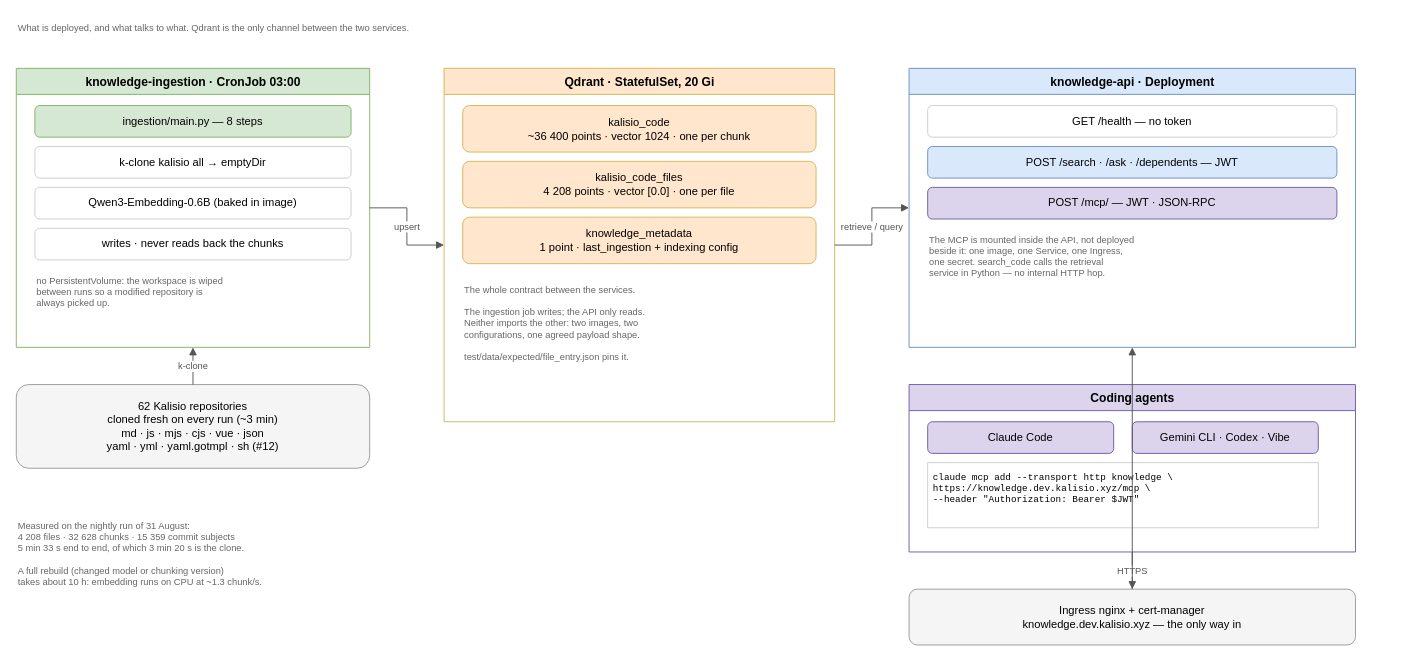
Above: page "built · overview" (9 of 14) of docs/public/architecture.drawio in kalisio/knowledge (draw.io), before the change. Source tidied: cells renumbered, new cells numbered last; positions are measured from the earlier drawing's top-left corner, leaving out a move shared by most shapes. Both pictures are drawn from the tidied source at 93%, with x=0, y=0 at pixel (16, 16).
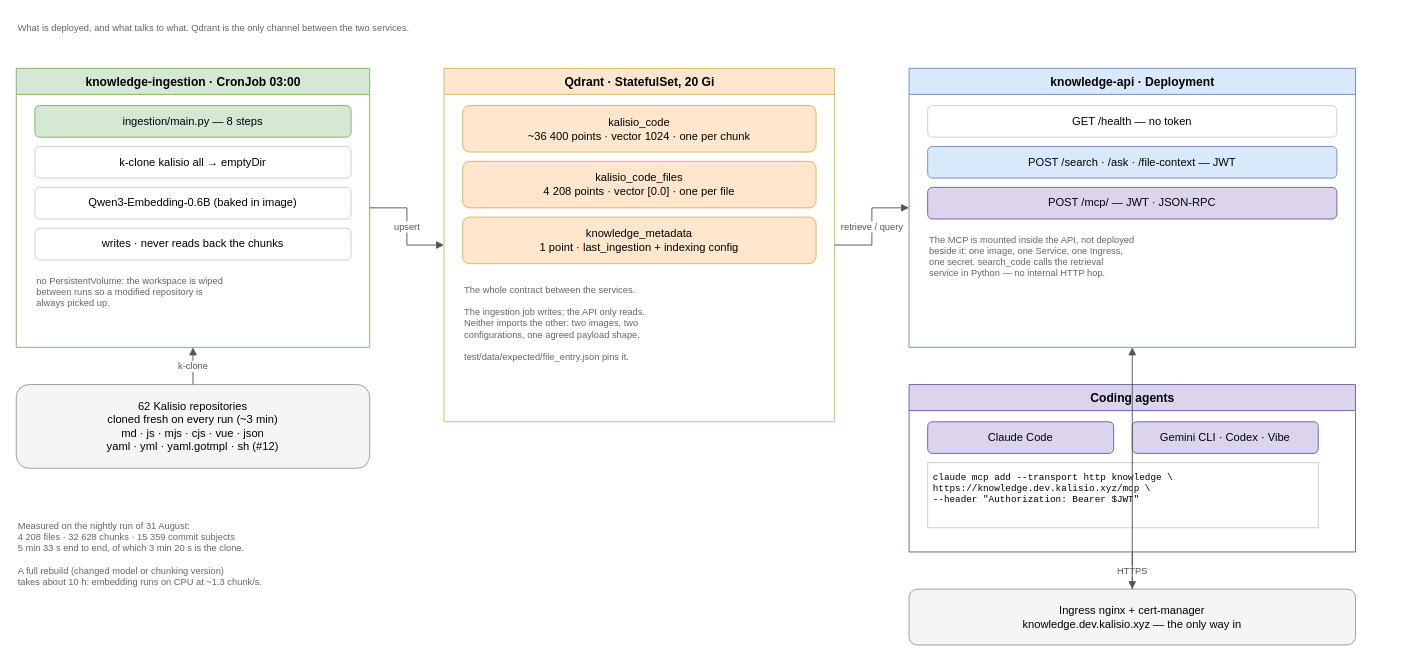
The same diagram, later.

Commit message (it also covers changes not shown here):
docs: rename get_dependents to get_file_context in the diagrams #10

Unchanged cells that the change refers to:
```xml
<mxCell id="14" value="knowledge-api  ·  Deployment" style="swimlane;startSize=28;fontStyle=1;fontSize=13;html=1;fillColor=#dae8fc;strokeColor=#6c8ebf;" parent="1" vertex="1">
  <mxGeometry x="960" y="56" width="480" height="300" as="geometry" />
</mxCell>
```

Change to the diagram source:
```diff
@@
-    <mxCell id="16" value="POST /search · /ask · /dependents   —   JWT" style="rounded=1;whiteSpace=wrap;html=1;fillColor=#dae8fc;strokeColor=#6c8ebf;" parent="14" vertex="1">
+    <mxCell id="16" value="POST /search · /ask · /file-context   —   JWT" style="rounded=1;whiteSpace=wrap;html=1;fillColor=#dae8fc;strokeColor=#6c8ebf;" parent="14" vertex="1">
       <mxGeometry x="20" y="84" width="440" height="34" as="geometry" />
     </mxCell>
```
